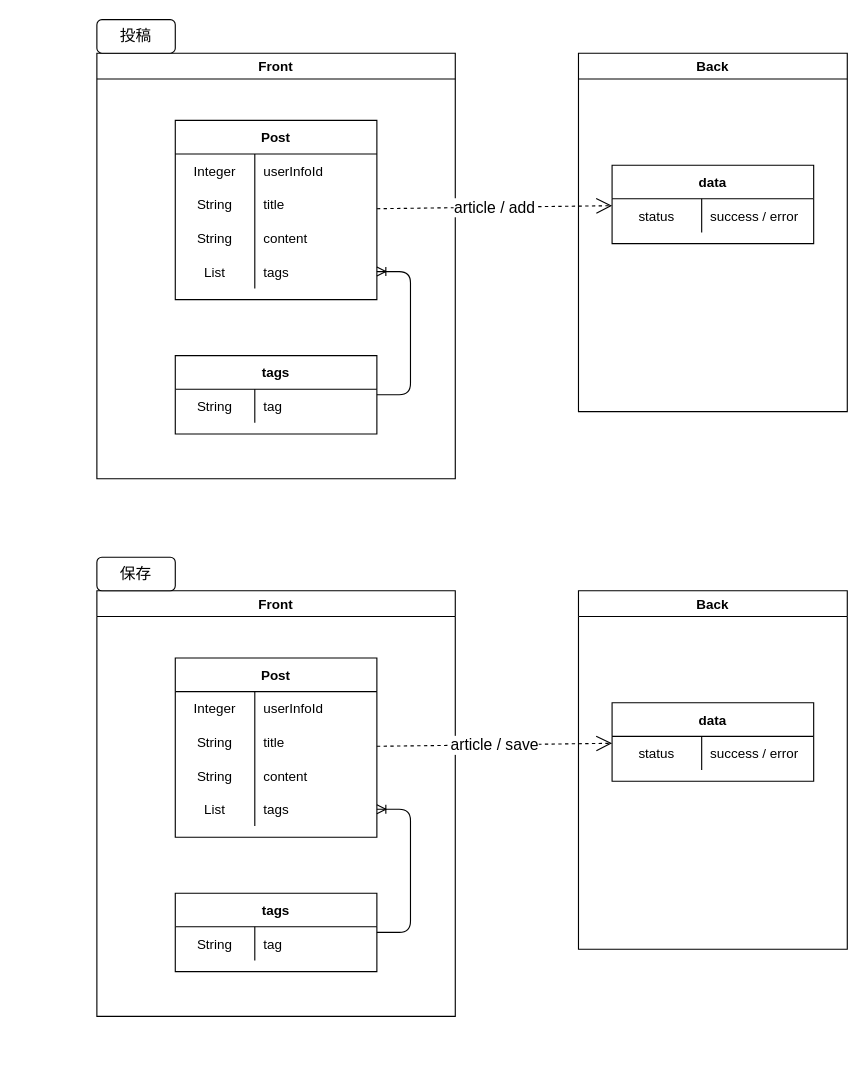
This is page "[機能]記事投稿" (16 of 22) of Designs/基本設計.drawio from yusuke-rakus/Qiish, a draw.io file, before an edit. Source tidied: cells renumbered, new cells numbered last; positions are measured from the earlier drawing's top-left corner, leaving out a move shared by most shapes. Both pictures are drawn from the tidied source at 112%, with x=0, y=0 at pixel (96, 19).
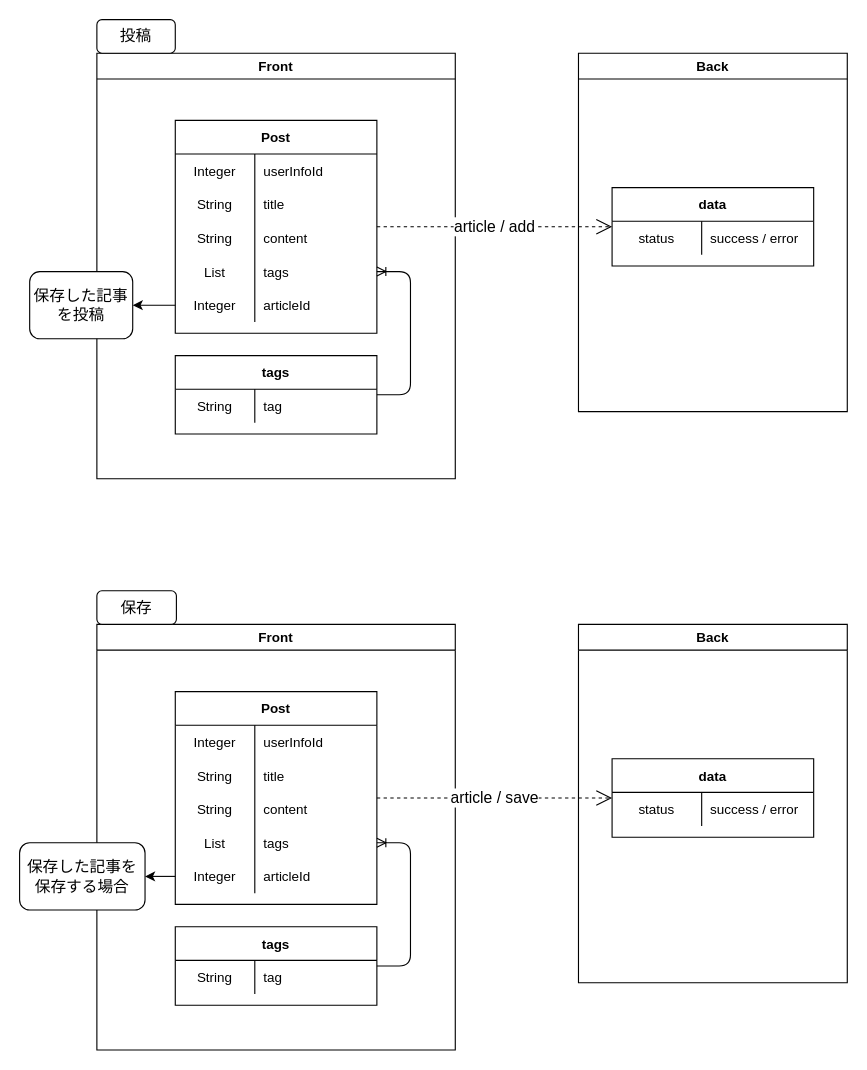
After the change.

Unchanged cells that the change refers to:
```xml
<mxCell id="2" value="Front" style="swimlane;" parent="1" vertex="1">
  <mxGeometry y="30" width="320" height="380" as="geometry" />
</mxCell>
<mxCell id="21" value="Back" style="swimlane;" parent="1" vertex="1">
  <mxGeometry x="430" y="30" width="240" height="320" as="geometry" />
</mxCell>
<mxCell id="32" style="shape=partialRectangle;fillColor=none;top=0;left=0;bottom=0;right=0;" parent="28" vertex="1">
  <mxGeometry y="60" width="180" height="30" as="geometry" />
</mxCell>
<mxCell id="35" style="shape=partialRectangle;fillColor=none;top=0;left=0;bottom=0;right=0;" parent="28" vertex="1">
  <mxGeometry y="90" width="180" height="30" as="geometry" />
</mxCell>
<mxCell id="41" value="tags" style="shape=table;startSize=30;childLayout=tableLayout;rowLines=0;fontStyle=1;align=center;" parent="27" vertex="1">
  <mxGeometry x="70" y="270" width="180" height="70" as="geometry" />
</mxCell>
```

Change to the diagram source:
```diff
@@
     <mxCell id="3" value="Post" style="shape=table;startSize=30;childLayout=tableLayout;rowLines=0;fontStyle=1;align=center;" parent="2" vertex="1">
-      <mxGeometry x="70" y="60" width="180" height="160" as="geometry" />
+      <mxGeometry x="70" y="60" width="180" height="190" as="geometry" />
     </mxCell>
@@
+    <mxCell id="54" style="shape=partialRectangle;fillColor=none;top=0;left=0;bottom=0;right=0;points=[[0,0.5],[1,0.5]];portConstraint=eastwest;" parent="3" vertex="1">
+      <mxGeometry y="150" width="180" height="30" as="geometry" />
+    </mxCell>
+    <mxCell id="55" value="Integer" style="shape=partialRectangle;fillColor=none;top=0;left=0;bottom=0;right=0;overflow=hidden;" parent="54" vertex="1">
+      <mxGeometry width="71" height="30" as="geometry" />
+    </mxCell>
+    <mxCell id="56" value="articleId" style="shape=partialRectangle;fillColor=none;top=0;left=0;bottom=0;right=0;align=left;spacingLeft=6;overflow=hidden;" parent="54" vertex="1">
+      <mxGeometry x="71" width="109" height="30" as="geometry" />
+    </mxCell>
@@
     <mxCell id="22" value="data" style="shape=table;startSize=30;childLayout=tableLayout;rowLines=0;fontStyle=1;align=center;" parent="21" vertex="1">
-      <mxGeometry x="30" y="100" width="180" height="70" as="geometry" />
+      <mxGeometry x="30" y="120" width="180" height="70" as="geometry" />
     </mxCell>
@@
+    <mxCell id="52" value="&lt;font style=&quot;font-size: 14px&quot;&gt;投稿&lt;/font&gt;" style="rounded=1;whiteSpace=wrap;html=1;" parent="1" vertex="1">
+      <mxGeometry width="70" height="30" as="geometry" />
+    </mxCell>
     <mxCell id="27" value="Front" style="swimlane;" parent="1" vertex="1">
-      <mxGeometry y="510" width="320" height="380" as="geometry" />
+      <mxGeometry y="540" width="320" height="380" as="geometry" />
     </mxCell>
     <mxCell id="28" value="Post" style="shape=table;startSize=30;childLayout=tableLayout;rowLines=0;fontStyle=1;align=center;" parent="27" vertex="1">
-      <mxGeometry x="70" y="60" width="180" height="160" as="geometry" />
+      <mxGeometry x="70" y="60" width="180" height="190" as="geometry" />
     </mxCell>
-    <mxCell id="29" style="shape=partialRectangle;fillColor=none;top=0;left=0;bottom=0;right=0;" parent="28" vertex="1">
-      <mxGeometry y="30" width="180" height="30" as="geometry" />
-    </mxCell>
-    <mxCell id="30" value="Integer" style="shape=partialRectangle;fillColor=none;top=0;left=0;bottom=0;right=0;overflow=hidden;" parent="29" vertex="1">
-      <mxGeometry width="71" height="30" as="geometry" />
-    </mxCell>
+    <mxCell id="57" style="shape=partialRectangle;fillColor=none;top=0;left=0;bottom=0;right=0;strokeColor=#FF0000;" parent="28" vertex="1">
+      <mxGeometry y="30" width="180" height="30" as="geometry" />
+    </mxCell>
+    <mxCell id="58" value="Integer" style="shape=partialRectangle;fillColor=none;top=0;left=0;bottom=0;right=0;overflow=hidden;" parent="57" vertex="1">
+      <mxGeometry width="71" height="30" as="geometry" />
+    </mxCell>
-    <mxCell id="31" value="userInfoId" style="shape=partialRectangle;fillColor=none;top=0;left=0;bottom=0;right=0;align=left;spacingLeft=6;overflow=hidden;" parent="29" vertex="1">
+    <mxCell id="31" value="userInfoId" style="shape=partialRectangle;fillColor=none;top=0;left=0;bottom=0;right=0;align=left;spacingLeft=6;overflow=hidden;" parent="57" vertex="1">
       <mxGeometry x="71" width="109" height="30" as="geometry" />
     </mxCell>
@@
-    <mxCell id="33" value="String" style="shape=partialRectangle;fillColor=none;top=0;left=0;bottom=0;right=0;overflow=hidden;" parent="32" vertex="1">
-      <mxGeometry width="71" height="30" as="geometry" />
-    </mxCell>
+    <mxCell id="59" value="String" style="shape=partialRectangle;fillColor=none;top=0;left=0;bottom=0;right=0;overflow=hidden;" parent="32" vertex="1">
+      <mxGeometry width="71" height="30" as="geometry" />
+    </mxCell>
-    <mxCell id="34" value="title" style="shape=partialRectangle;fillColor=none;top=0;left=0;bottom=0;right=0;align=left;spacingLeft=6;overflow=hidden;" parent="32" vertex="1">
+    <mxCell id="34" value="title" style="shape=partialRectangle;fillColor=none;top=0;left=0;bottom=0;right=0;align=left;spacingLeft=6;overflow=hidden;strokeColor=#FF0000;" parent="32" vertex="1">
       <mxGeometry x="71" width="109" height="30" as="geometry" />
     </mxCell>
@@
-    <mxCell id="36" value="String" style="shape=partialRectangle;fillColor=none;top=0;left=0;bottom=0;right=0;overflow=hidden;" parent="35" vertex="1">
-      <mxGeometry width="71" height="30" as="geometry" />
-    </mxCell>
+    <mxCell id="60" value="String" style="shape=partialRectangle;fillColor=none;top=0;left=0;bottom=0;right=0;overflow=hidden;" parent="35" vertex="1">
+      <mxGeometry width="71" height="30" as="geometry" />
+    </mxCell>
@@
+    <mxCell id="61" style="shape=partialRectangle;fillColor=none;top=0;left=0;bottom=0;right=0;points=[[0,0.5],[1,0.5]];portConstraint=eastwest;" parent="28" vertex="1">
+      <mxGeometry y="150" width="180" height="30" as="geometry" />
+    </mxCell>
+    <mxCell id="62" value="Integer" style="shape=partialRectangle;fillColor=none;top=0;left=0;bottom=0;right=0;overflow=hidden;" parent="61" vertex="1">
+      <mxGeometry width="71" height="30" as="geometry" />
+    </mxCell>
+    <mxCell id="63" value="articleId" style="shape=partialRectangle;fillColor=none;top=0;left=0;bottom=0;right=0;align=left;spacingLeft=6;overflow=hidden;" parent="61" vertex="1">
+      <mxGeometry x="71" width="109" height="30" as="geometry" />
+    </mxCell>
@@
-    <mxCell id="42" style="shape=partialRectangle;fillColor=none;top=0;left=0;bottom=0;right=0;" parent="41" vertex="1">
-      <mxGeometry y="30" width="180" height="30" as="geometry" />
-    </mxCell>
-    <mxCell id="43" value="String" style="shape=partialRectangle;fillColor=none;top=0;left=0;bottom=0;right=0;overflow=hidden;" parent="42" vertex="1">
-      <mxGeometry width="71" height="30" as="geometry" />
-    </mxCell>
+    <mxCell id="64" style="shape=partialRectangle;fillColor=none;top=0;left=0;bottom=0;right=0;" parent="41" vertex="1">
+      <mxGeometry y="30" width="180" height="30" as="geometry" />
+    </mxCell>
+    <mxCell id="65" value="String" style="shape=partialRectangle;fillColor=none;top=0;left=0;bottom=0;right=0;overflow=hidden;" parent="64" vertex="1">
+      <mxGeometry width="71" height="30" as="geometry" />
+    </mxCell>
-    <mxCell id="44" value="tag" style="shape=partialRectangle;fillColor=none;top=0;left=0;bottom=0;right=0;align=left;spacingLeft=6;overflow=hidden;" parent="42" vertex="1">
+    <mxCell id="44" value="tag" style="shape=partialRectangle;fillColor=none;top=0;left=0;bottom=0;right=0;align=left;spacingLeft=6;overflow=hidden;" parent="64" vertex="1">
       <mxGeometry x="71" width="109" height="30" as="geometry" />
     </mxCell>
@@
     <mxCell id="46" value="Back" style="swimlane;" parent="1" vertex="1">
-      <mxGeometry x="430" y="510" width="240" height="320" as="geometry" />
+      <mxGeometry x="430" y="540" width="240" height="320" as="geometry" />
     </mxCell>
     <mxCell id="47" value="data" style="shape=table;startSize=30;childLayout=tableLayout;rowLines=0;fontStyle=1;align=center;" parent="46" vertex="1">
-      <mxGeometry x="30" y="100" width="180" height="70" as="geometry" />
+      <mxGeometry x="30" y="120" width="180" height="70" as="geometry" />
     </mxCell>
-    <mxCell id="48" style="shape=partialRectangle;fillColor=none;top=0;left=0;bottom=0;right=0;" parent="47" vertex="1">
-      <mxGeometry y="30" width="180" height="30" as="geometry" />
-    </mxCell>
+    <mxCell id="66" style="shape=partialRectangle;fillColor=none;top=0;left=0;bottom=0;right=0;" parent="47" vertex="1">
+      <mxGeometry y="30" width="180" height="30" as="geometry" />
+    </mxCell>
-    <mxCell id="49" value="status" style="shape=partialRectangle;fillColor=none;top=0;left=0;bottom=0;right=0;overflow=hidden;" parent="48" vertex="1">
+    <mxCell id="49" value="status" style="shape=partialRectangle;fillColor=none;top=0;left=0;bottom=0;right=0;overflow=hidden;" parent="66" vertex="1">
       <mxGeometry width="80" height="30" as="geometry" />
     </mxCell>
-    <mxCell id="50" value="success / error" style="shape=partialRectangle;fillColor=none;top=0;left=0;bottom=0;right=0;align=left;spacingLeft=6;overflow=hidden;" parent="48" vertex="1">
+    <mxCell id="50" value="success / error" style="shape=partialRectangle;fillColor=none;top=0;left=0;bottom=0;right=0;align=left;spacingLeft=6;overflow=hidden;" parent="66" vertex="1">
       <mxGeometry x="80" width="100" height="30" as="geometry" />
     </mxCell>
@@
-    <mxCell id="52" value="&lt;font style=&quot;font-size: 14px&quot;&gt;投稿&lt;/font&gt;" style="rounded=1;whiteSpace=wrap;html=1;" parent="1" vertex="1">
-      <mxGeometry width="70" height="30" as="geometry" />
-    </mxCell>
     <mxCell id="53" value="&lt;font style=&quot;font-size: 14px&quot;&gt;保存&lt;/font&gt;" style="rounded=1;whiteSpace=wrap;html=1;" parent="1" vertex="1">
-      <mxGeometry y="480" width="70" height="30" as="geometry" />
+      <mxGeometry y="510" width="71" height="30" as="geometry" />
     </mxCell>
+    <mxCell id="67" value="&lt;font style=&quot;font-size: 14px&quot;&gt;保存した記事を保存する場合&lt;/font&gt;" style="rounded=1;whiteSpace=wrap;html=1;" parent="1" vertex="1">
+      <mxGeometry x="-69" y="735" width="112" height="60" as="geometry" />
+    </mxCell>
+    <mxCell id="68" style="endArrow=classic;html=1;" parent="1" edge="1" source="61" target="67">
+      <mxGeometry relative="1" as="geometry" />
+    </mxCell>
+    <mxCell id="69" value="&lt;font style=&quot;font-size: 14px&quot;&gt;保存した記事を投稿&lt;/font&gt;" style="rounded=1;whiteSpace=wrap;html=1;" parent="1" vertex="1">
+      <mxGeometry x="-60" y="225" width="92" height="60" as="geometry" />
+    </mxCell>
+    <mxCell id="70" style="endArrow=classic;html=1;" parent="1" edge="1" source="54" target="69">
+      <mxGeometry relative="1" as="geometry" />
+    </mxCell>
```
